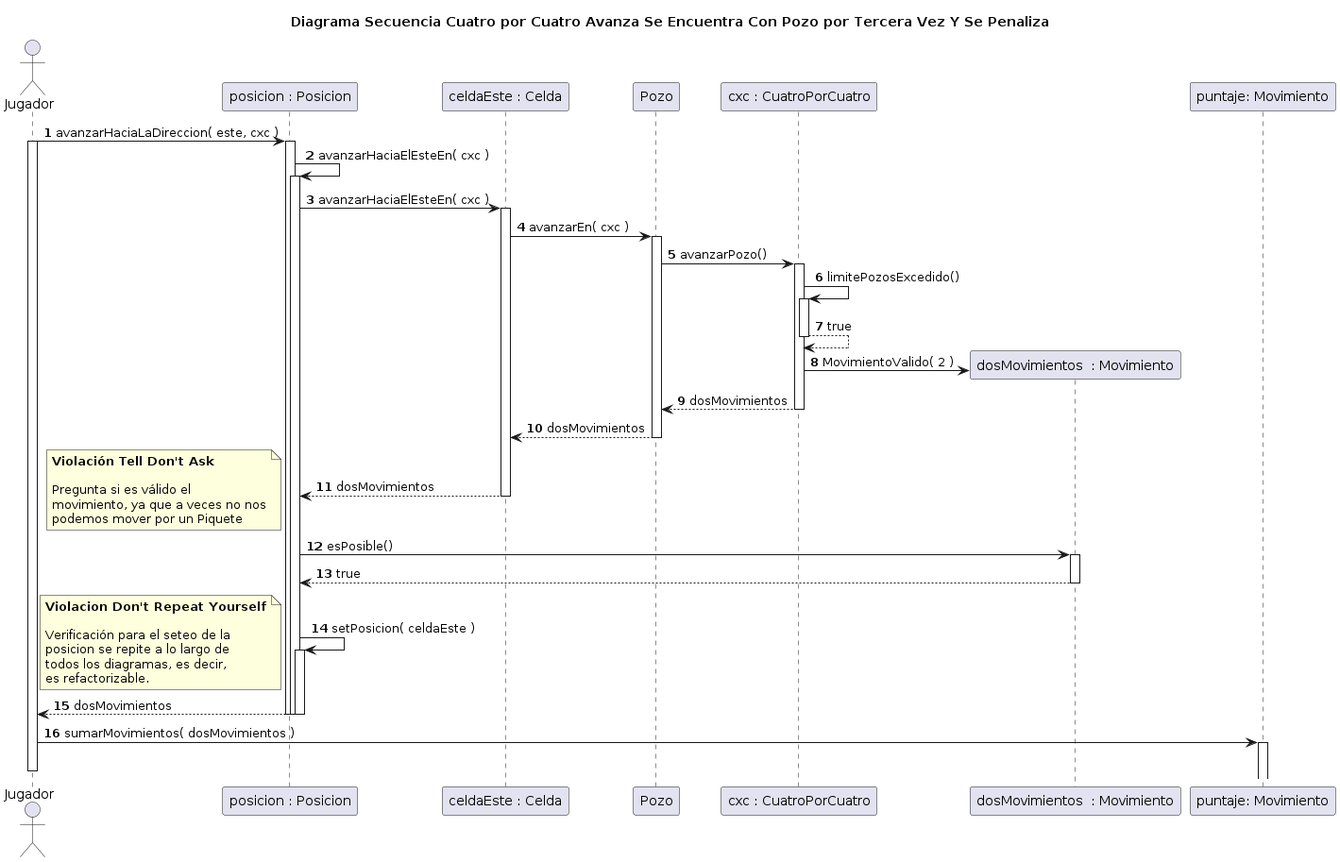
The PlantUML diagram diagrams/borradores/imagenes/DiagramaSecuenciaCasoConPozo3VecesEnCuatroPorCuatro.png in rodrigovzq/algo3_tp2, before a commit.
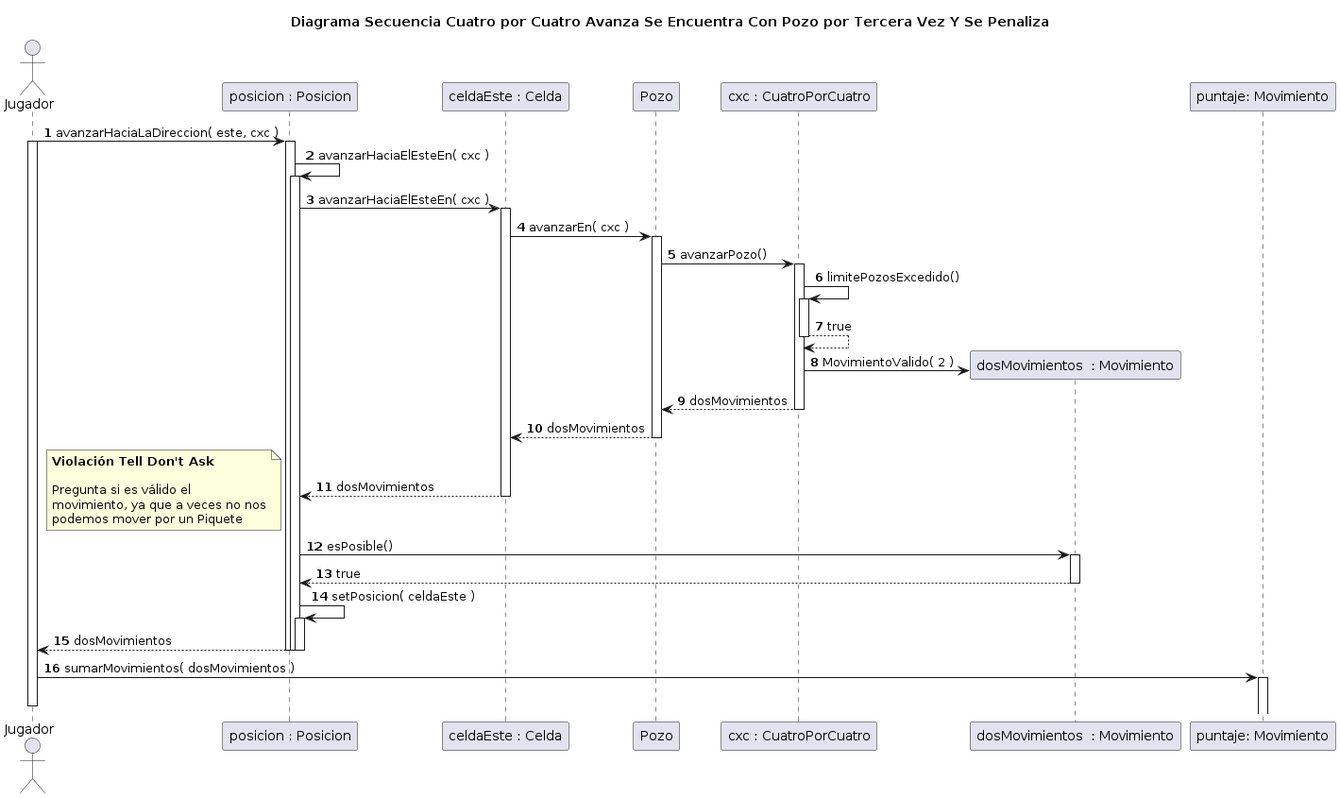
After the change.

Commit message:
borro nota en diagrama

Change to the diagram source:
```diff
@@ -38,14 +38,7 @@
 
 "posicion : Posicion" -> "posicion : Posicion"++: setPosicion( celdaEste )
 
-note left
-**Violacion Don't Repeat Yourself**
 
-Verificación para el seteo de la
-posicion se repite a lo largo de
-todos los diagramas, es decir,
-es refactorizable.
-end note
 
 "posicion : Posicion" --> Jugador--: dosMovimientos
 deactivate "posicion : Posicion"
```
